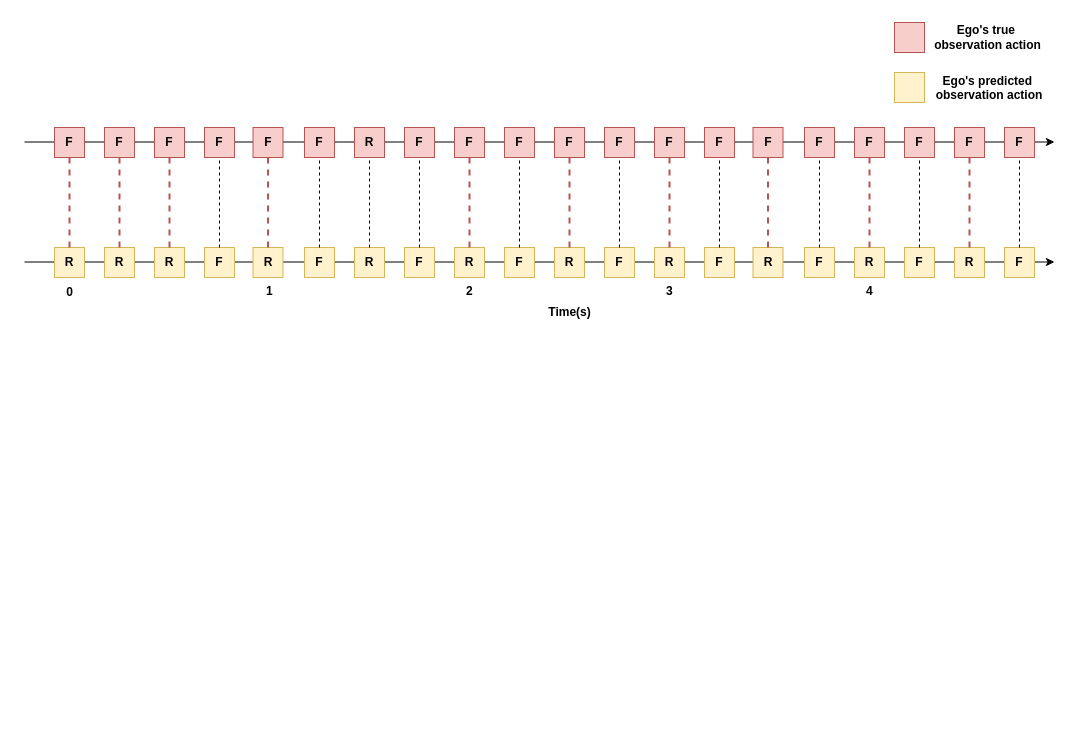
Above: page "DTW20_1#4" (13 of 13) of CDAS-O.drawio in SlidingEagle/draw.io (draw.io), before the change. Source tidied: cells renumbered, new cells numbered last; positions are measured from the earlier drawing's top-left corner, leaving out a move shared by most shapes. Both pictures are drawn from the tidied source at 100%, with x=0, y=0 at pixel (24, 17).
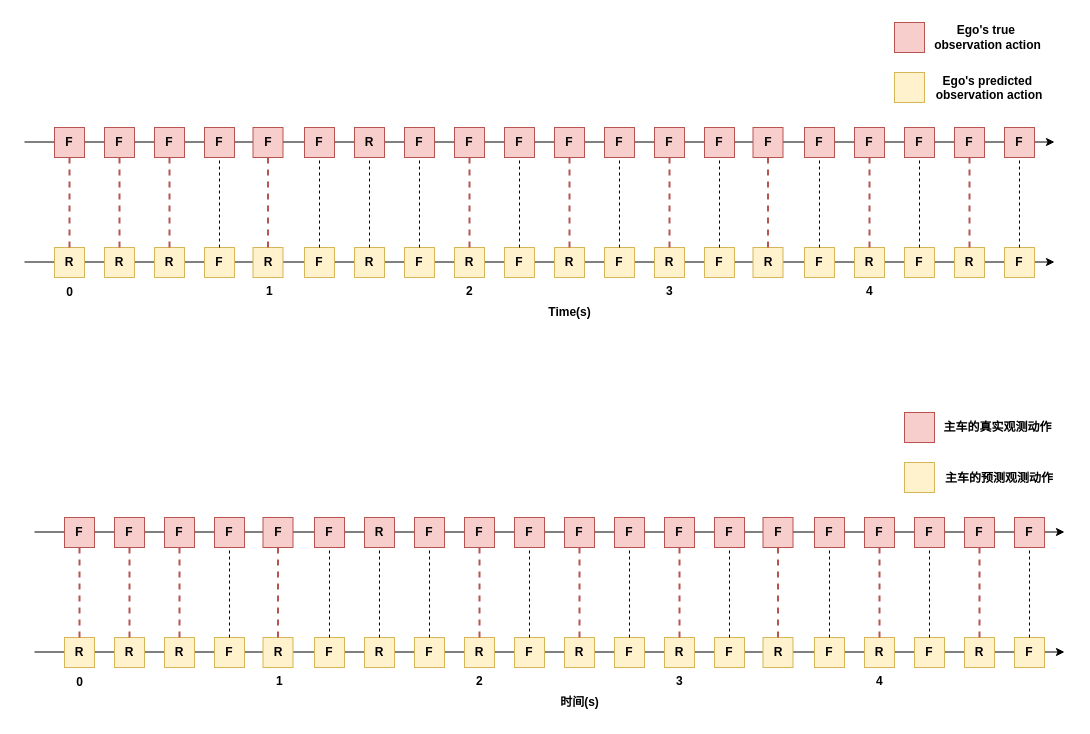
After the change.

What changed in the source:
```diff
@@
+    <mxCell id="74" style="endArrow=classic;html=1;rounded=0;" parent="1" edge="1">
+      <mxGeometry relative="1" as="geometry">
+        <mxPoint x="10" y="514.5" as="sourcePoint" />
+        <mxPoint x="1040" y="514.5" as="targetPoint" />
+      </mxGeometry>
+    </mxCell>
+    <mxCell id="75" style="endArrow=classic;html=1;rounded=0;" parent="1" edge="1">
+      <mxGeometry relative="1" as="geometry">
+        <mxPoint x="10" y="634.5" as="sourcePoint" />
+        <mxPoint x="1040" y="634.5" as="targetPoint" />
+      </mxGeometry>
+    </mxCell>
+    <mxCell id="76" value="&lt;b&gt;F&lt;/b&gt;" style="whiteSpace=wrap;html=1;fillColor=#f8cecc;strokeColor=#b85450;" parent="1" vertex="1">
+      <mxGeometry x="40" y="500" width="30" height="30" as="geometry" />
+    </mxCell>
+    <mxCell id="77" value="&lt;b&gt;F&lt;/b&gt;" style="whiteSpace=wrap;html=1;fillColor=#f8cecc;strokeColor=#b85450;" parent="1" vertex="1">
+      <mxGeometry x="90" y="500" width="30" height="30" as="geometry" />
+    </mxCell>
+    <mxCell id="78" value="&lt;b&gt;F&lt;/b&gt;" style="whiteSpace=wrap;html=1;fillColor=#f8cecc;strokeColor=#b85450;" parent="1" vertex="1">
+      <mxGeometry x="140" y="500" width="30" height="30" as="geometry" />
+    </mxCell>
+    <mxCell id="79" value="&lt;b&gt;F&lt;/b&gt;" style="whiteSpace=wrap;html=1;fillColor=#f8cecc;strokeColor=#b85450;" parent="1" vertex="1">
+      <mxGeometry x="190" y="500" width="30" height="30" as="geometry" />
+    </mxCell>
+    <mxCell id="80" value="&lt;b&gt;F&lt;/b&gt;" style="whiteSpace=wrap;html=1;fillColor=#f8cecc;strokeColor=#b85450;" parent="1" vertex="1">
+      <mxGeometry x="238.5" y="500" width="30" height="30" as="geometry" />
+    </mxCell>
+    <mxCell id="81" value="&lt;b&gt;F&lt;/b&gt;" style="whiteSpace=wrap;html=1;fillColor=#f8cecc;strokeColor=#b85450;" parent="1" vertex="1">
+      <mxGeometry x="290" y="500" width="30" height="30" as="geometry" />
+    </mxCell>
+    <mxCell id="82" value="&lt;b&gt;R&lt;/b&gt;" style="whiteSpace=wrap;html=1;fillColor=#f8cecc;strokeColor=#b85450;" parent="1" vertex="1">
+      <mxGeometry x="340" y="500" width="30" height="30" as="geometry" />
+    </mxCell>
+    <mxCell id="83" value="&lt;b&gt;F&lt;/b&gt;" style="whiteSpace=wrap;html=1;fillColor=#f8cecc;strokeColor=#b85450;" parent="1" vertex="1">
+      <mxGeometry x="390" y="500" width="30" height="30" as="geometry" />
+    </mxCell>
+    <mxCell id="84" value="&lt;b&gt;F&lt;/b&gt;" style="whiteSpace=wrap;html=1;fillColor=#f8cecc;strokeColor=#b85450;" parent="1" vertex="1">
+      <mxGeometry x="440" y="500" width="30" height="30" as="geometry" />
+    </mxCell>
+    <mxCell id="85" value="&lt;b&gt;F&lt;/b&gt;" style="whiteSpace=wrap;html=1;fillColor=#f8cecc;strokeColor=#b85450;" parent="1" vertex="1">
+      <mxGeometry x="490" y="500" width="30" height="30" as="geometry" />
+    </mxCell>
+    <mxCell id="86" value="&lt;b&gt;F&lt;/b&gt;" style="whiteSpace=wrap;html=1;fillColor=#f8cecc;strokeColor=#b85450;" parent="1" vertex="1">
+      <mxGeometry x="540" y="500" width="30" height="30" as="geometry" />
+    </mxCell>
+    <mxCell id="87" value="&lt;b&gt;F&lt;/b&gt;" style="whiteSpace=wrap;html=1;fillColor=#f8cecc;strokeColor=#b85450;" parent="1" vertex="1">
+      <mxGeometry x="590" y="500" width="30" height="30" as="geometry" />
+    </mxCell>
+    <mxCell id="88" value="&lt;b&gt;F&lt;/b&gt;" style="whiteSpace=wrap;html=1;fillColor=#f8cecc;strokeColor=#b85450;" parent="1" vertex="1">
+      <mxGeometry x="640" y="500" width="30" height="30" as="geometry" />
+    </mxCell>
+    <mxCell id="89" value="&lt;b&gt;F&lt;/b&gt;" style="whiteSpace=wrap;html=1;fillColor=#f8cecc;strokeColor=#b85450;" parent="1" vertex="1">
+      <mxGeometry x="690" y="500" width="30" height="30" as="geometry" />
+    </mxCell>
+    <mxCell id="90" value="&lt;b&gt;F&lt;/b&gt;" style="whiteSpace=wrap;html=1;fillColor=#f8cecc;strokeColor=#b85450;" parent="1" vertex="1">
+      <mxGeometry x="738.5" y="500" width="30" height="30" as="geometry" />
+    </mxCell>
+    <mxCell id="91" value="&lt;b&gt;F&lt;/b&gt;" style="whiteSpace=wrap;html=1;fillColor=#f8cecc;strokeColor=#b85450;" parent="1" vertex="1">
+      <mxGeometry x="790" y="500" width="30" height="30" as="geometry" />
+    </mxCell>
+    <mxCell id="92" value="&lt;b&gt;F&lt;/b&gt;" style="whiteSpace=wrap;html=1;fillColor=#f8cecc;strokeColor=#b85450;" parent="1" vertex="1">
+      <mxGeometry x="840" y="500" width="30" height="30" as="geometry" />
+    </mxCell>
+    <mxCell id="93" value="&lt;b&gt;F&lt;/b&gt;" style="whiteSpace=wrap;html=1;fillColor=#f8cecc;strokeColor=#b85450;" parent="1" vertex="1">
+      <mxGeometry x="890" y="500" width="30" height="30" as="geometry" />
+    </mxCell>
+    <mxCell id="94" value="&lt;b&gt;F&lt;/b&gt;" style="whiteSpace=wrap;html=1;fillColor=#f8cecc;strokeColor=#b85450;" parent="1" vertex="1">
+      <mxGeometry x="940" y="500" width="30" height="30" as="geometry" />
+    </mxCell>
+    <mxCell id="95" value="&lt;b&gt;F&lt;/b&gt;" style="whiteSpace=wrap;html=1;fillColor=#f8cecc;strokeColor=#b85450;" parent="1" vertex="1">
+      <mxGeometry x="990" y="500" width="30" height="30" as="geometry" />
+    </mxCell>
+    <mxCell id="96" value="&lt;b&gt;R&lt;/b&gt;" style="whiteSpace=wrap;html=1;fillColor=#fff2cc;strokeColor=#d6b656;" parent="1" vertex="1">
+      <mxGeometry x="40" y="620" width="30" height="30" as="geometry" />
+    </mxCell>
+    <mxCell id="97" value="&lt;b&gt;R&lt;/b&gt;" style="whiteSpace=wrap;html=1;fillColor=#fff2cc;strokeColor=#d6b656;" parent="1" vertex="1">
+      <mxGeometry x="90" y="620" width="30" height="30" as="geometry" />
+    </mxCell>
+    <mxCell id="98" value="&lt;b&gt;R&lt;/b&gt;" style="whiteSpace=wrap;html=1;fillColor=#fff2cc;strokeColor=#d6b656;" parent="1" vertex="1">
+      <mxGeometry x="140" y="620" width="30" height="30" as="geometry" />
+    </mxCell>
+    <mxCell id="99" value="&lt;b&gt;F&lt;/b&gt;" style="whiteSpace=wrap;html=1;fillColor=#fff2cc;strokeColor=#d6b656;" parent="1" vertex="1">
+      <mxGeometry x="190" y="620" width="30" height="30" as="geometry" />
+    </mxCell>
+    <mxCell id="100" value="&lt;b&gt;R&lt;/b&gt;" style="whiteSpace=wrap;html=1;fillColor=#fff2cc;strokeColor=#d6b656;" parent="1" vertex="1">
+      <mxGeometry x="238.5" y="620" width="30" height="30" as="geometry" />
+    </mxCell>
+    <mxCell id="101" value="&lt;b&gt;F&lt;/b&gt;" style="whiteSpace=wrap;html=1;fillColor=#fff2cc;strokeColor=#d6b656;" parent="1" vertex="1">
+      <mxGeometry x="290" y="620" width="30" height="30" as="geometry" />
+    </mxCell>
+    <mxCell id="102" value="&lt;b&gt;R&lt;/b&gt;" style="whiteSpace=wrap;html=1;fillColor=#fff2cc;strokeColor=#d6b656;" parent="1" vertex="1">
+      <mxGeometry x="340" y="620" width="30" height="30" as="geometry" />
+    </mxCell>
+    <mxCell id="103" value="&lt;b&gt;F&lt;/b&gt;" style="whiteSpace=wrap;html=1;fillColor=#fff2cc;strokeColor=#d6b656;" parent="1" vertex="1">
+      <mxGeometry x="390" y="620" width="30" height="30" as="geometry" />
+    </mxCell>
+    <mxCell id="104" value="&lt;b&gt;R&lt;/b&gt;" style="whiteSpace=wrap;html=1;fillColor=#fff2cc;strokeColor=#d6b656;" parent="1" vertex="1">
+      <mxGeometry x="440" y="620" width="30" height="30" as="geometry" />
+    </mxCell>
+    <mxCell id="105" value="&lt;b&gt;F&lt;/b&gt;" style="whiteSpace=wrap;html=1;fillColor=#fff2cc;strokeColor=#d6b656;" parent="1" vertex="1">
+      <mxGeometry x="490" y="620" width="30" height="30" as="geometry" />
+    </mxCell>
+    <mxCell id="106" value="&lt;b&gt;R&lt;/b&gt;" style="whiteSpace=wrap;html=1;fillColor=#fff2cc;strokeColor=#d6b656;" parent="1" vertex="1">
+      <mxGeometry x="540" y="620" width="30" height="30" as="geometry" />
+    </mxCell>
+    <mxCell id="107" value="&lt;b&gt;F&lt;/b&gt;" style="whiteSpace=wrap;html=1;fillColor=#fff2cc;strokeColor=#d6b656;" parent="1" vertex="1">
+      <mxGeometry x="590" y="620" width="30" height="30" as="geometry" />
+    </mxCell>
+    <mxCell id="108" value="&lt;b&gt;R&lt;/b&gt;" style="whiteSpace=wrap;html=1;fillColor=#fff2cc;strokeColor=#d6b656;" parent="1" vertex="1">
+      <mxGeometry x="640" y="620" width="30" height="30" as="geometry" />
+    </mxCell>
+    <mxCell id="109" value="&lt;b&gt;F&lt;/b&gt;" style="whiteSpace=wrap;html=1;fillColor=#fff2cc;strokeColor=#d6b656;" parent="1" vertex="1">
+      <mxGeometry x="690" y="620" width="30" height="30" as="geometry" />
+    </mxCell>
+    <mxCell id="110" value="&lt;b&gt;R&lt;/b&gt;" style="whiteSpace=wrap;html=1;fillColor=#fff2cc;strokeColor=#d6b656;" parent="1" vertex="1">
+      <mxGeometry x="738.5" y="620" width="30" height="30" as="geometry" />
+    </mxCell>
+    <mxCell id="111" value="&lt;b&gt;F&lt;/b&gt;" style="whiteSpace=wrap;html=1;fillColor=#fff2cc;strokeColor=#d6b656;" parent="1" vertex="1">
+      <mxGeometry x="790" y="620" width="30" height="30" as="geometry" />
+    </mxCell>
+    <mxCell id="112" value="&lt;b&gt;R&lt;/b&gt;" style="whiteSpace=wrap;html=1;fillColor=#fff2cc;strokeColor=#d6b656;" parent="1" vertex="1">
+      <mxGeometry x="840" y="620" width="30" height="30" as="geometry" />
+    </mxCell>
+    <mxCell id="113" value="&lt;b&gt;F&lt;/b&gt;" style="whiteSpace=wrap;html=1;fillColor=#fff2cc;strokeColor=#d6b656;" parent="1" vertex="1">
+      <mxGeometry x="890" y="620" width="30" height="30" as="geometry" />
+    </mxCell>
+    <mxCell id="114" value="&lt;b&gt;R&lt;/b&gt;" style="whiteSpace=wrap;html=1;fillColor=#fff2cc;strokeColor=#d6b656;" parent="1" vertex="1">
+      <mxGeometry x="940" y="620" width="30" height="30" as="geometry" />
+    </mxCell>
+    <mxCell id="115" value="&lt;b&gt;F&lt;/b&gt;" style="whiteSpace=wrap;html=1;fillColor=#fff2cc;strokeColor=#d6b656;" parent="1" vertex="1">
+      <mxGeometry x="990" y="620" width="30" height="30" as="geometry" />
+    </mxCell>
+    <mxCell id="116" style="endArrow=none;dashed=1;html=1;rounded=0;entryX=0.5;entryY=1;entryDx=0;entryDy=0;exitX=0.5;exitY=0;exitDx=0;exitDy=0;fillColor=#f8cecc;strokeColor=#b85450;strokeWidth=2;" parent="1" edge="1" source="96" target="76">
+      <mxGeometry relative="1" as="geometry" />
+    </mxCell>
+    <mxCell id="117" style="endArrow=none;dashed=1;html=1;rounded=0;entryX=0.5;entryY=1;entryDx=0;entryDy=0;exitX=0.5;exitY=0;exitDx=0;exitDy=0;strokeWidth=2;fillColor=#f8cecc;strokeColor=#b85450;" parent="1" edge="1" source="97" target="77">
+      <mxGeometry relative="1" as="geometry" />
+    </mxCell>
+    <mxCell id="118" style="endArrow=none;dashed=1;html=1;rounded=0;entryX=0.5;entryY=1;entryDx=0;entryDy=0;exitX=0.5;exitY=0;exitDx=0;exitDy=0;fillColor=#f8cecc;strokeColor=#b85450;strokeWidth=2;" parent="1" edge="1" source="98" target="78">
+      <mxGeometry relative="1" as="geometry" />
+    </mxCell>
+    <mxCell id="119" style="endArrow=none;dashed=1;html=1;rounded=0;entryX=0.5;entryY=1;entryDx=0;entryDy=0;exitX=0.5;exitY=0;exitDx=0;exitDy=0;" parent="1" edge="1" source="99" target="79">
+      <mxGeometry relative="1" as="geometry" />
+    </mxCell>
+    <mxCell id="120" style="endArrow=none;dashed=1;html=1;rounded=0;entryX=0.5;entryY=1;entryDx=0;entryDy=0;exitX=0.5;exitY=0;exitDx=0;exitDy=0;strokeWidth=2;fillColor=#f8cecc;strokeColor=#b85450;" parent="1" edge="1" source="100" target="80">
+      <mxGeometry relative="1" as="geometry" />
+    </mxCell>
+    <mxCell id="121" style="endArrow=none;dashed=1;html=1;rounded=0;entryX=0.5;entryY=1;entryDx=0;entryDy=0;exitX=0.5;exitY=0;exitDx=0;exitDy=0;" parent="1" edge="1" source="101" target="81">
+      <mxGeometry relative="1" as="geometry" />
+    </mxCell>
+    <mxCell id="122" style="endArrow=none;dashed=1;html=1;rounded=0;entryX=0.5;entryY=1;entryDx=0;entryDy=0;exitX=0.5;exitY=0;exitDx=0;exitDy=0;fillColor=#f8cecc;strokeColor=#000000;strokeWidth=1;" parent="1" edge="1" source="105" target="85">
+      <mxGeometry relative="1" as="geometry" />
+    </mxCell>
+    <mxCell id="123" style="endArrow=none;dashed=1;html=1;rounded=0;entryX=0.5;entryY=1;entryDx=0;entryDy=0;exitX=0.5;exitY=0;exitDx=0;exitDy=0;fillColor=#f8cecc;strokeColor=#b85450;strokeWidth=2;" parent="1" edge="1" source="106" target="86">
+      <mxGeometry relative="1" as="geometry" />
+    </mxCell>
+    <mxCell id="124" style="endArrow=none;dashed=1;html=1;rounded=0;entryX=0.5;entryY=1;entryDx=0;entryDy=0;exitX=0.5;exitY=0;exitDx=0;exitDy=0;fillColor=#f8cecc;strokeColor=#000000;strokeWidth=1;" parent="1" edge="1" source="107" target="87">
+      <mxGeometry relative="1" as="geometry" />
+    </mxCell>
+    <mxCell id="125" style="endArrow=none;dashed=1;html=1;rounded=0;entryX=0.5;entryY=1;entryDx=0;entryDy=0;exitX=0.5;exitY=0;exitDx=0;exitDy=0;fillColor=#f8cecc;strokeColor=#000000;strokeWidth=1;" parent="1" edge="1" source="109" target="89">
+      <mxGeometry relative="1" as="geometry" />
+    </mxCell>
+    <mxCell id="126" style="endArrow=none;dashed=1;html=1;rounded=0;entryX=0.5;entryY=0;entryDx=0;entryDy=0;exitX=0.5;exitY=1;exitDx=0;exitDy=0;fillColor=#f8cecc;strokeColor=#b85450;strokeWidth=2;" parent="1" edge="1" source="88" target="108">
+      <mxGeometry relative="1" as="geometry" />
+    </mxCell>
+    <mxCell id="127" style="endArrow=none;dashed=1;html=1;rounded=0;entryX=0.5;entryY=1;entryDx=0;entryDy=0;exitX=0.5;exitY=0;exitDx=0;exitDy=0;fillColor=#f8cecc;strokeColor=#000000;strokeWidth=1;" parent="1" edge="1" source="111" target="91">
+      <mxGeometry relative="1" as="geometry" />
+    </mxCell>
+    <mxCell id="128" style="endArrow=none;dashed=1;html=1;rounded=0;entryX=0.5;entryY=1;entryDx=0;entryDy=0;exitX=0.5;exitY=0;exitDx=0;exitDy=0;fillColor=#f8cecc;strokeColor=#b85450;strokeWidth=2;" parent="1" edge="1" source="112" target="92">
+      <mxGeometry relative="1" as="geometry" />
+    </mxCell>
+    <mxCell id="129" style="endArrow=none;dashed=1;html=1;rounded=0;entryX=0.5;entryY=1;entryDx=0;entryDy=0;exitX=0.5;exitY=0;exitDx=0;exitDy=0;fillColor=#f8cecc;strokeColor=#000000;strokeWidth=1;" parent="1" edge="1" source="113" target="93">
+      <mxGeometry relative="1" as="geometry" />
+    </mxCell>
+    <mxCell id="130" style="endArrow=none;dashed=1;html=1;rounded=0;entryX=0.5;entryY=1;entryDx=0;entryDy=0;exitX=0.5;exitY=0;exitDx=0;exitDy=0;fillColor=#f8cecc;strokeColor=#b85450;strokeWidth=2;" parent="1" edge="1" source="114" target="94">
+      <mxGeometry relative="1" as="geometry" />
+    </mxCell>
+    <mxCell id="131" style="endArrow=none;dashed=1;html=1;rounded=0;exitX=0.5;exitY=0;exitDx=0;exitDy=0;entryX=0.5;entryY=1;entryDx=0;entryDy=0;fillColor=#f8cecc;strokeColor=#000000;strokeWidth=1;" parent="1" edge="1" source="115" target="95">
+      <mxGeometry relative="1" as="geometry" />
+    </mxCell>
+    <mxCell id="132" value="&lt;b&gt;0&lt;/b&gt;" style="text;html=1;align=center;verticalAlign=middle;strokeColor=none;fillColor=none;" parent="1" vertex="1">
+      <mxGeometry x="40" y="650" width="30" height="30" as="geometry" />
+    </mxCell>
+    <mxCell id="133" value="&lt;b style=&quot;forced-color-adjust: none; color: rgb(0, 0, 0); font-family: Helvetica; font-size: 12px; font-style: normal; font-variant-ligatures: normal; font-variant-caps: normal; letter-spacing: normal; orphans: 2; text-align: center; text-indent: 0px; text-transform: none; widows: 2; word-spacing: 0px; -webkit-text-stroke-width: 0px; white-space: nowrap; background-color: rgb(255, 255, 255); text-decoration-thickness: initial; text-decoration-style: initial; text-decoration-color: initial;&quot;&gt;1&lt;/b&gt;" style="text;whiteSpace=wrap;html=1;" parent="1" vertex="1">
+      <mxGeometry x="250" y="650" width="40" height="40" as="geometry" />
+    </mxCell>
+    <mxCell id="134" value="&lt;b style=&quot;forced-color-adjust: none; color: rgb(0, 0, 0); font-family: Helvetica; font-size: 12px; font-style: normal; font-variant-ligatures: normal; font-variant-caps: normal; letter-spacing: normal; orphans: 2; text-align: center; text-indent: 0px; text-transform: none; widows: 2; word-spacing: 0px; -webkit-text-stroke-width: 0px; white-space: nowrap; background-color: rgb(255, 255, 255); text-decoration-thickness: initial; text-decoration-style: initial; text-decoration-color: initial;&quot;&gt;2&lt;/b&gt;" style="text;whiteSpace=wrap;html=1;" parent="1" vertex="1">
+      <mxGeometry x="450" y="650" width="40" height="40" as="geometry" />
+    </mxCell>
+    <mxCell id="135" value="&lt;b style=&quot;forced-color-adjust: none; color: rgb(0, 0, 0); font-family: Helvetica; font-size: 12px; font-style: normal; font-variant-ligatures: normal; font-variant-caps: normal; letter-spacing: normal; orphans: 2; text-align: center; text-indent: 0px; text-transform: none; widows: 2; word-spacing: 0px; -webkit-text-stroke-width: 0px; white-space: nowrap; background-color: rgb(255, 255, 255); text-decoration-thickness: initial; text-decoration-style: initial; text-decoration-color: initial;&quot;&gt;3&lt;/b&gt;" style="text;whiteSpace=wrap;html=1;" parent="1" vertex="1">
+      <mxGeometry x="650" y="650" width="40" height="40" as="geometry" />
+    </mxCell>
+    <mxCell id="136" value="&lt;b style=&quot;forced-color-adjust: none; color: rgb(0, 0, 0); font-family: Helvetica; font-size: 12px; font-style: normal; font-variant-ligatures: normal; font-variant-caps: normal; letter-spacing: normal; orphans: 2; text-align: center; text-indent: 0px; text-transform: none; widows: 2; word-spacing: 0px; -webkit-text-stroke-width: 0px; white-space: nowrap; background-color: rgb(255, 255, 255); text-decoration-thickness: initial; text-decoration-style: initial; text-decoration-color: initial;&quot;&gt;4&lt;/b&gt;" style="text;whiteSpace=wrap;html=1;" parent="1" vertex="1">
+      <mxGeometry x="850" y="650" width="40" height="40" as="geometry" />
+    </mxCell>
+    <mxCell id="137" value="&lt;b&gt;时间(s)&lt;/b&gt;" style="text;html=1;align=center;verticalAlign=middle;strokeColor=none;fillColor=none;" parent="1" vertex="1">
+      <mxGeometry x="525" y="670" width="60" height="30" as="geometry" />
+    </mxCell>
+    <mxCell id="138" style="whiteSpace=wrap;html=1;fillColor=#f8cecc;strokeColor=#b85450;" parent="1" vertex="1">
+      <mxGeometry x="880" y="395" width="30" height="30" as="geometry" />
+    </mxCell>
+    <mxCell id="139" style="whiteSpace=wrap;html=1;fillColor=#fff2cc;strokeColor=#d6b656;" parent="1" vertex="1">
+      <mxGeometry x="880" y="445" width="30" height="30" as="geometry" />
+    </mxCell>
+    <mxCell id="140" value="&lt;b&gt;主车的真实观测动作&lt;/b&gt;" style="text;html=1;align=center;verticalAlign=middle;strokeColor=none;fillColor=none;" parent="1" vertex="1">
+      <mxGeometry x="908" y="395" width="130" height="30" as="geometry" />
+    </mxCell>
+    <mxCell id="141" value="&lt;b style=&quot;text-wrap-mode: nowrap;&quot;&gt;主车的预测观测动作&lt;/b&gt;" style="text;whiteSpace=wrap;html=1;align=center;" parent="1" vertex="1">
+      <mxGeometry x="910" y="447" width="130" height="40" as="geometry" />
+    </mxCell>
+    <mxCell id="142" style="endArrow=none;dashed=1;html=1;rounded=0;entryX=0.5;entryY=1;entryDx=0;entryDy=0;exitX=0.5;exitY=0;exitDx=0;exitDy=0;" parent="1" edge="1" source="102" target="82">
+      <mxGeometry relative="1" as="geometry" />
+    </mxCell>
+    <mxCell id="143" style="endArrow=none;dashed=1;html=1;rounded=0;entryX=0.5;entryY=1;entryDx=0;entryDy=0;exitX=0.5;exitY=0;exitDx=0;exitDy=0;fillColor=#f8cecc;strokeColor=#000000;strokeWidth=1;" parent="1" edge="1" source="103" target="83">
+      <mxGeometry relative="1" as="geometry" />
+    </mxCell>
+    <mxCell id="144" style="endArrow=none;dashed=1;html=1;rounded=0;entryX=0.5;entryY=1;entryDx=0;entryDy=0;exitX=0.5;exitY=0;exitDx=0;exitDy=0;fillColor=#f8cecc;strokeColor=#b85450;strokeWidth=2;" parent="1" edge="1" source="104" target="84">
+      <mxGeometry relative="1" as="geometry" />
+    </mxCell>
+    <mxCell id="145" style="endArrow=none;dashed=1;html=1;rounded=0;entryX=0.5;entryY=1;entryDx=0;entryDy=0;exitX=0.5;exitY=0;exitDx=0;exitDy=0;fillColor=#f8cecc;strokeColor=#b85450;strokeWidth=2;" parent="1" edge="1" source="110" target="90">
+      <mxGeometry relative="1" as="geometry" />
+    </mxCell>
```
